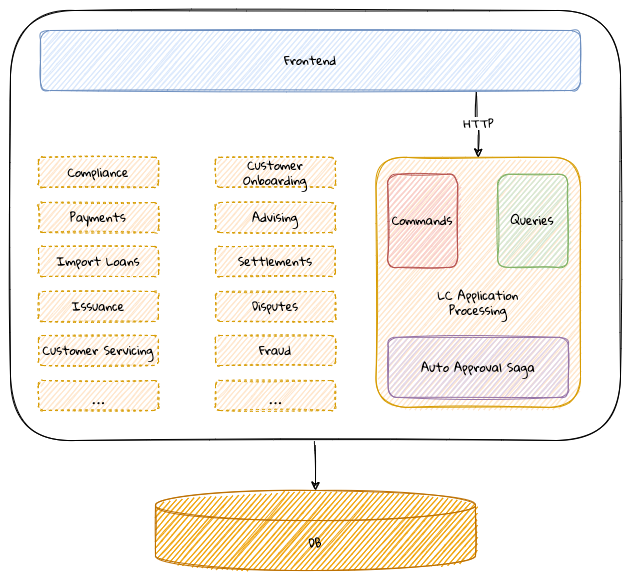
ddd-book-java/prem-website keeps this draw.io diagram as images/lc-application-monolith-stage-1.png. Above is the earlier version. Source tidied: cells renumbered, new cells last; positions are measured from the earlier drawing's top-left corner, leaving out a move shared by most shapes.
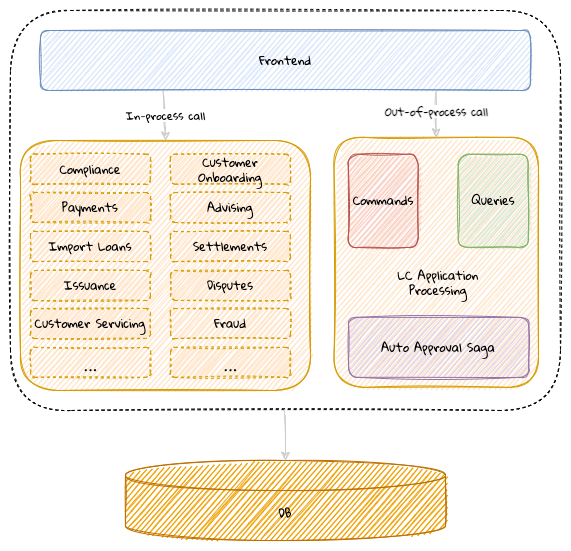
Above is the later version.

Diff of the diagram source:
```diff
@@ -2,71 +2,83 @@
   <root>
     <mxCell id="0" />
     <mxCell id="1" parent="0" />
+    <mxCell id="3" style="rounded=1;whiteSpace=wrap;html=1;fontFamily=Gloria Hallelujah;fontSource=https%3A%2F%2Ffonts.googleapis.com%2Fcss%3Ffamily%3DGloria%2BHallelujah;fontColor=#999999;strokeColor=#000000;dashed=1;sketch=1;" parent="1" vertex="1">
+      <mxGeometry x="45" y="20" width="550" height="400" as="geometry" />
+    </mxCell>
+    <mxCell id="24" style="rounded=1;whiteSpace=wrap;html=1;fontFamily=Gloria Hallelujah;fontSource=https%3A%2F%2Ffonts.googleapis.com%2Fcss%3Ffamily%3DGloria%2BHallelujah;fillColor=#ffe6cc;strokeColor=#d79b00;sketch=1;" parent="1" vertex="1">
+      <mxGeometry x="55" y="150" width="290" height="250" as="geometry" />
+    </mxCell>
-    <mxCell id="2" style="edgeStyle=orthogonalEdgeStyle;curved=1;rounded=1;sketch=1;jettySize=auto;html=1;" parent="1" edge="1" source="3" target="12">
+    <mxCell id="2" style="edgeStyle=orthogonalEdgeStyle;curved=1;rounded=1;jettySize=auto;html=1;strokeColor=#CCCCCC;sketch=1;" parent="1" edge="1" source="3" target="12">
       <mxGeometry relative="1" as="geometry" />
     </mxCell>
-    <mxCell id="3" style="rounded=1;whiteSpace=wrap;html=1;sketch=1;fontFamily=Gloria Hallelujah;fontSource=https%3A%2F%2Ffonts.googleapis.com%2Fcss%3Ffamily%3DGloria%2BHallelujah;" parent="1" vertex="1">
-      <mxGeometry width="610" height="430" as="geometry" />
-    </mxCell>
-    <mxCell id="4" style="rounded=1;whiteSpace=wrap;html=1;sketch=1;fontFamily=Gloria Hallelujah;fontSource=https%3A%2F%2Ffonts.googleapis.com%2Fcss%3Ffamily%3DGloria%2BHallelujah;fillColor=#ffe6cc;strokeColor=#d79b00;" parent="1" vertex="1">
-      <mxGeometry x="365.5" y="146.9" width="204.5" height="250" as="geometry" />
+    <mxCell id="4" style="rounded=1;whiteSpace=wrap;html=1;fontFamily=Gloria Hallelujah;fontSource=https%3A%2F%2Ffonts.googleapis.com%2Fcss%3Ffamily%3DGloria%2BHallelujah;fillColor=#ffe6cc;strokeColor=#d79b00;sketch=1;" parent="1" vertex="1">
+      <mxGeometry x="368.5" y="146.9" width="204.5" height="250" as="geometry" />
     </mxCell>
-    <mxCell id="5" value="HTTP" style="edgeStyle=orthogonalEdgeStyle;curved=1;rounded=1;sketch=1;jettySize=auto;html=1;exitX=0.807;exitY=1.017;exitDx=0;exitDy=0;entryX=0.5;entryY=0;entryDx=0;entryDy=0;fontFamily=Gloria Hallelujah;fontSource=https%3A%2F%2Ffonts.googleapis.com%2Fcss%3Ffamily%3DGloria%2BHallelujah;exitPerimeter=0;" parent="1" edge="1" source="6" target="4">
+    <mxCell id="5" style="edgeStyle=orthogonalEdgeStyle;curved=1;rounded=1;jettySize=auto;html=1;exitX=0.807;exitY=1.017;exitDx=0;exitDy=0;entryX=0.5;entryY=0;entryDx=0;entryDy=0;fontFamily=Gloria Hallelujah;fontSource=https%3A%2F%2Ffonts.googleapis.com%2Fcss%3Ffamily%3DGloria%2BHallelujah;exitPerimeter=0;strokeColor=#CCCCCC;sketch=1;" parent="1" edge="1" source="6" target="4">
       <mxGeometry relative="1" as="geometry" />
     </mxCell>
+    <mxCell id="25" value="&lt;b&gt;Out-of-process call&lt;/b&gt;" style="edgeLabel;html=1;align=center;verticalAlign=middle;fontFamily=Gloria Hallelujah;fontSource=https%3A%2F%2Ffonts.googleapis.com%2Fcss%3Ffamily%3DGloria%2BHallelujah;sketch=1;rounded=1;" parent="5" vertex="1">
+      <mxGeometry x="-0.18" relative="1" as="geometry" />
+    </mxCell>
+    <mxCell id="26" style="edgeStyle=orthogonalEdgeStyle;rounded=1;jettySize=auto;html=1;exitX=0.25;exitY=1;exitDx=0;exitDy=0;entryX=0.5;entryY=0;entryDx=0;entryDy=0;fontFamily=Gloria Hallelujah;fontSource=https%3A%2F%2Ffonts.googleapis.com%2Fcss%3Ffamily%3DGloria%2BHallelujah;sketch=1;curved=1;strokeColor=#CCCCCC;" parent="1" edge="1" source="6" target="24">
+      <mxGeometry relative="1" as="geometry" />
+    </mxCell>
+    <mxCell id="27" value="In-process call" style="edgeLabel;html=1;align=center;verticalAlign=middle;fontFamily=Gloria Hallelujah;sketch=1;rounded=1;" parent="26" vertex="1">
+      <mxGeometry x="0.04" y="1" relative="1" as="geometry" />
+    </mxCell>
-    <mxCell id="6" value="Frontend" style="rounded=1;whiteSpace=wrap;html=1;sketch=1;fontFamily=Gloria Hallelujah;fontSource=https%3A%2F%2Ffonts.googleapis.com%2Fcss%3Ffamily%3DGloria%2BHallelujah;fillColor=#dae8fc;strokeColor=#6c8ebf;" parent="1" vertex="1">
-      <mxGeometry x="30" y="20" width="540" height="60" as="geometry" />
+    <mxCell id="6" value="Frontend" style="rounded=1;whiteSpace=wrap;html=1;fontFamily=Gloria Hallelujah;fontSource=https%3A%2F%2Ffonts.googleapis.com%2Fcss%3Ffamily%3DGloria%2BHallelujah;fillColor=#dae8fc;strokeColor=#6c8ebf;sketch=1;" parent="1" vertex="1">
+      <mxGeometry x="75" y="40" width="490" height="60" as="geometry" />
     </mxCell>
-    <mxCell id="7" value="Compliance" style="rounded=1;whiteSpace=wrap;html=1;sketch=1;fontFamily=Gloria Hallelujah;fontSource=https%3A%2F%2Ffonts.googleapis.com%2Fcss%3Ffamily%3DGloria%2BHallelujah;fillColor=#ffe6cc;strokeColor=#d79b00;dashed=1;" parent="1" vertex="1">
-      <mxGeometry x="28" y="146.9" width="120" height="30" as="geometry" />
+    <mxCell id="7" value="Compliance" style="rounded=1;whiteSpace=wrap;html=1;fontFamily=Gloria Hallelujah;fontSource=https%3A%2F%2Ffonts.googleapis.com%2Fcss%3Ffamily%3DGloria%2BHallelujah;fillColor=#ffe6cc;strokeColor=#d79b00;dashed=1;sketch=1;" parent="1" vertex="1">
+      <mxGeometry x="65" y="163.8" width="120" height="30" as="geometry" />
     </mxCell>
-    <mxCell id="8" value="Customer Onboarding" style="rounded=1;whiteSpace=wrap;html=1;sketch=1;fontFamily=Gloria Hallelujah;fontSource=https%3A%2F%2Ffonts.googleapis.com%2Fcss%3Ffamily%3DGloria%2BHallelujah;fillColor=#ffe6cc;strokeColor=#d79b00;dashed=1;" parent="1" vertex="1">
-      <mxGeometry x="205" y="146.9" width="120" height="30" as="geometry" />
+    <mxCell id="8" value="Customer Onboarding" style="rounded=1;whiteSpace=wrap;html=1;fontFamily=Gloria Hallelujah;fontSource=https%3A%2F%2Ffonts.googleapis.com%2Fcss%3Ffamily%3DGloria%2BHallelujah;fillColor=#ffe6cc;strokeColor=#d79b00;dashed=1;sketch=1;" parent="1" vertex="1">
+      <mxGeometry x="205" y="163.8" width="120" height="30" as="geometry" />
     </mxCell>
-    <mxCell id="9" value="Commands" style="rounded=1;whiteSpace=wrap;html=1;sketch=1;fontFamily=Gloria Hallelujah;fontSource=https%3A%2F%2Ffonts.googleapis.com%2Fcss%3Ffamily%3DGloria%2BHallelujah;fillColor=#f8cecc;strokeColor=#b85450;" parent="1" vertex="1">
-      <mxGeometry x="377.2" y="163.8" width="70" height="93.1" as="geometry" />
+    <mxCell id="9" value="Commands" style="rounded=1;whiteSpace=wrap;html=1;fontFamily=Gloria Hallelujah;fontSource=https%3A%2F%2Ffonts.googleapis.com%2Fcss%3Ffamily%3DGloria%2BHallelujah;fillColor=#f8cecc;strokeColor=#b85450;sketch=1;" parent="1" vertex="1">
+      <mxGeometry x="382.8" y="163.8" width="70" height="93.1" as="geometry" />
     </mxCell>
-    <mxCell id="10" value="Queries" style="rounded=1;whiteSpace=wrap;html=1;sketch=1;fontFamily=Gloria Hallelujah;fontSource=https%3A%2F%2Ffonts.googleapis.com%2Fcss%3Ffamily%3DGloria%2BHallelujah;fillColor=#d5e8d4;strokeColor=#82b366;" parent="1" vertex="1">
-      <mxGeometry x="487.2" y="163.8" width="70" height="93.1" as="geometry" />
+    <mxCell id="10" value="Queries" style="rounded=1;whiteSpace=wrap;html=1;fontFamily=Gloria Hallelujah;fontSource=https%3A%2F%2Ffonts.googleapis.com%2Fcss%3Ffamily%3DGloria%2BHallelujah;fillColor=#d5e8d4;strokeColor=#82b366;sketch=1;" parent="1" vertex="1">
+      <mxGeometry x="492.8" y="163.8" width="70" height="93.1" as="geometry" />
     </mxCell>
-    <mxCell id="11" value="Auto Approval Saga" style="rounded=1;whiteSpace=wrap;html=1;sketch=1;fontFamily=Gloria Hallelujah;fontSource=https%3A%2F%2Ffonts.googleapis.com%2Fcss%3Ffamily%3DGloria%2BHallelujah;fillColor=#e1d5e7;strokeColor=#9673a6;" parent="1" vertex="1">
-      <mxGeometry x="377.8" y="326.9" width="180" height="60" as="geometry" />
+    <mxCell id="11" value="Auto Approval Saga" style="rounded=1;whiteSpace=wrap;html=1;fontFamily=Gloria Hallelujah;fontSource=https%3A%2F%2Ffonts.googleapis.com%2Fcss%3Ffamily%3DGloria%2BHallelujah;fillColor=#e1d5e7;strokeColor=#9673a6;sketch=1;" parent="1" vertex="1">
+      <mxGeometry x="383.2" y="326.9" width="180" height="60" as="geometry" />
     </mxCell>
-    <mxCell id="12" value="DB" style="shape=cylinder3;whiteSpace=wrap;html=1;boundedLbl=1;backgroundOutline=1;size=15;sketch=1;rounded=1;fontFamily=Gloria Hallelujah;fontSource=https%3A%2F%2Ffonts.googleapis.com%2Fcss%3Ffamily%3DGloria%2BHallelujah;fillColor=#f0a30a;strokeColor=#BD7000;fontColor=#000000;" parent="1" vertex="1">
-      <mxGeometry x="145" y="480" width="320" height="80" as="geometry" />
+    <mxCell id="12" value="DB" style="shape=cylinder3;whiteSpace=wrap;html=1;boundedLbl=1;backgroundOutline=1;size=15;rounded=1;fontFamily=Gloria Hallelujah;fontSource=https%3A%2F%2Ffonts.googleapis.com%2Fcss%3Ffamily%3DGloria%2BHallelujah;fillColor=#f0a30a;strokeColor=#BD7000;fontColor=#000000;sketch=1;" parent="1" vertex="1">
+      <mxGeometry x="160" y="470" width="320" height="80" as="geometry" />
     </mxCell>
-    <mxCell id="13" value="LC Application Processing" style="text;html=1;strokeColor=none;fillColor=none;align=center;verticalAlign=middle;whiteSpace=wrap;rounded=1;sketch=1;fontFamily=Gloria Hallelujah;fontSource=https%3A%2F%2Ffonts.googleapis.com%2Fcss%3Ffamily%3DGloria%2BHallelujah;" parent="1" vertex="1">
-      <mxGeometry x="422.8" y="276.9" width="90" height="30" as="geometry" />
+    <mxCell id="13" value="LC Application Processing" style="text;html=1;strokeColor=none;fillColor=none;align=center;verticalAlign=middle;whiteSpace=wrap;rounded=1;fontFamily=Gloria Hallelujah;fontSource=https%3A%2F%2Ffonts.googleapis.com%2Fcss%3Ffamily%3DGloria%2BHallelujah;sketch=1;" parent="1" vertex="1">
+      <mxGeometry x="428.2" y="276.9" width="90" height="30" as="geometry" />
     </mxCell>
-    <mxCell id="14" value="Import Loans" style="rounded=1;whiteSpace=wrap;html=1;sketch=1;fontFamily=Gloria Hallelujah;fontSource=https%3A%2F%2Ffonts.googleapis.com%2Fcss%3Ffamily%3DGloria%2BHallelujah;fillColor=#ffe6cc;strokeColor=#d79b00;dashed=1;" parent="1" vertex="1">
-      <mxGeometry x="28" y="236" width="120" height="30" as="geometry" />
+    <mxCell id="14" value="Import Loans" style="rounded=1;whiteSpace=wrap;html=1;fontFamily=Gloria Hallelujah;fontSource=https%3A%2F%2Ffonts.googleapis.com%2Fcss%3Ffamily%3DGloria%2BHallelujah;fillColor=#ffe6cc;strokeColor=#d79b00;dashed=1;sketch=1;" parent="1" vertex="1">
+      <mxGeometry x="65" y="241" width="120" height="30" as="geometry" />
     </mxCell>
-    <mxCell id="15" value="Advising" style="rounded=1;whiteSpace=wrap;html=1;sketch=1;fontFamily=Gloria Hallelujah;fontSource=https%3A%2F%2Ffonts.googleapis.com%2Fcss%3Ffamily%3DGloria%2BHallelujah;fillColor=#ffe6cc;strokeColor=#d79b00;dashed=1;" parent="1" vertex="1">
-      <mxGeometry x="205" y="192" width="120" height="30" as="geometry" />
+    <mxCell id="15" value="Advising" style="rounded=1;whiteSpace=wrap;html=1;fontFamily=Gloria Hallelujah;fontSource=https%3A%2F%2Ffonts.googleapis.com%2Fcss%3Ffamily%3DGloria%2BHallelujah;fillColor=#ffe6cc;strokeColor=#d79b00;dashed=1;sketch=1;" parent="1" vertex="1">
+      <mxGeometry x="205" y="202" width="120" height="30" as="geometry" />
     </mxCell>
-    <mxCell id="16" value="Settlements" style="rounded=1;whiteSpace=wrap;html=1;sketch=1;fontFamily=Gloria Hallelujah;fontSource=https%3A%2F%2Ffonts.googleapis.com%2Fcss%3Ffamily%3DGloria%2BHallelujah;fillColor=#ffe6cc;strokeColor=#d79b00;dashed=1;" parent="1" vertex="1">
-      <mxGeometry x="205" y="236" width="120" height="30" as="geometry" />
+    <mxCell id="16" value="Settlements" style="rounded=1;whiteSpace=wrap;html=1;fontFamily=Gloria Hallelujah;fontSource=https%3A%2F%2Ffonts.googleapis.com%2Fcss%3Ffamily%3DGloria%2BHallelujah;fillColor=#ffe6cc;strokeColor=#d79b00;dashed=1;sketch=1;" parent="1" vertex="1">
+      <mxGeometry x="205" y="241" width="120" height="30" as="geometry" />
     </mxCell>
-    <mxCell id="17" value="Payments" style="rounded=1;whiteSpace=wrap;html=1;sketch=1;fontFamily=Gloria Hallelujah;fontSource=https%3A%2F%2Ffonts.googleapis.com%2Fcss%3Ffamily%3DGloria%2BHallelujah;fillColor=#ffe6cc;strokeColor=#d79b00;dashed=1;" parent="1" vertex="1">
-      <mxGeometry x="28" y="192" width="120" height="30" as="geometry" />
+    <mxCell id="17" value="Payments" style="rounded=1;whiteSpace=wrap;html=1;fontFamily=Gloria Hallelujah;fontSource=https%3A%2F%2Ffonts.googleapis.com%2Fcss%3Ffamily%3DGloria%2BHallelujah;fillColor=#ffe6cc;strokeColor=#d79b00;dashed=1;sketch=1;" parent="1" vertex="1">
+      <mxGeometry x="65" y="202" width="120" height="30" as="geometry" />
     </mxCell>
-    <mxCell id="18" value="Issuance" style="rounded=1;whiteSpace=wrap;html=1;sketch=1;fontFamily=Gloria Hallelujah;fontSource=https%3A%2F%2Ffonts.googleapis.com%2Fcss%3Ffamily%3DGloria%2BHallelujah;fillColor=#ffe6cc;strokeColor=#d79b00;dashed=1;" parent="1" vertex="1">
-      <mxGeometry x="28" y="281" width="120" height="30" as="geometry" />
+    <mxCell id="18" value="Issuance" style="rounded=1;whiteSpace=wrap;html=1;fontFamily=Gloria Hallelujah;fontSource=https%3A%2F%2Ffonts.googleapis.com%2Fcss%3Ffamily%3DGloria%2BHallelujah;fillColor=#ffe6cc;strokeColor=#d79b00;dashed=1;sketch=1;" parent="1" vertex="1">
+      <mxGeometry x="65" y="280" width="120" height="30" as="geometry" />
     </mxCell>
-    <mxCell id="19" value="Disputes" style="rounded=1;whiteSpace=wrap;html=1;sketch=1;fontFamily=Gloria Hallelujah;fontSource=https%3A%2F%2Ffonts.googleapis.com%2Fcss%3Ffamily%3DGloria%2BHallelujah;fillColor=#ffe6cc;strokeColor=#d79b00;dashed=1;" parent="1" vertex="1">
-      <mxGeometry x="205" y="281" width="120" height="30" as="geometry" />
+    <mxCell id="19" value="Disputes" style="rounded=1;whiteSpace=wrap;html=1;fontFamily=Gloria Hallelujah;fontSource=https%3A%2F%2Ffonts.googleapis.com%2Fcss%3Ffamily%3DGloria%2BHallelujah;fillColor=#ffe6cc;strokeColor=#d79b00;dashed=1;sketch=1;" parent="1" vertex="1">
+      <mxGeometry x="205" y="280" width="120" height="30" as="geometry" />
     </mxCell>
-    <mxCell id="20" value="Fraud" style="rounded=1;whiteSpace=wrap;html=1;sketch=1;fontFamily=Gloria Hallelujah;fontSource=https%3A%2F%2Ffonts.googleapis.com%2Fcss%3Ffamily%3DGloria%2BHallelujah;fillColor=#ffe6cc;strokeColor=#d79b00;dashed=1;" parent="1" vertex="1">
-      <mxGeometry x="205" y="325" width="120" height="30" as="geometry" />
+    <mxCell id="20" value="Fraud" style="rounded=1;whiteSpace=wrap;html=1;fontFamily=Gloria Hallelujah;fontSource=https%3A%2F%2Ffonts.googleapis.com%2Fcss%3Ffamily%3DGloria%2BHallelujah;fillColor=#ffe6cc;strokeColor=#d79b00;dashed=1;sketch=1;" parent="1" vertex="1">
+      <mxGeometry x="205" y="318" width="120" height="30" as="geometry" />
     </mxCell>
-    <mxCell id="21" value="Customer Servicing" style="rounded=1;whiteSpace=wrap;html=1;sketch=1;fontFamily=Gloria Hallelujah;fontSource=https%3A%2F%2Ffonts.googleapis.com%2Fcss%3Ffamily%3DGloria%2BHallelujah;fillColor=#ffe6cc;strokeColor=#d79b00;dashed=1;" parent="1" vertex="1">
-      <mxGeometry x="28" y="325" width="120" height="30" as="geometry" />
+    <mxCell id="21" value="Customer Servicing" style="rounded=1;whiteSpace=wrap;html=1;fontFamily=Gloria Hallelujah;fontSource=https%3A%2F%2Ffonts.googleapis.com%2Fcss%3Ffamily%3DGloria%2BHallelujah;fillColor=#ffe6cc;strokeColor=#d79b00;dashed=1;sketch=1;" parent="1" vertex="1">
+      <mxGeometry x="65" y="318" width="120" height="30" as="geometry" />
     </mxCell>
-    <mxCell id="22" value="&lt;font style=&quot;font-size: 21px&quot;&gt;...&lt;/font&gt;" style="rounded=1;whiteSpace=wrap;html=1;sketch=1;fontFamily=Gloria Hallelujah;fontSource=https%3A%2F%2Ffonts.googleapis.com%2Fcss%3Ffamily%3DGloria%2BHallelujah;fillColor=#ffe6cc;strokeColor=#d79b00;dashed=1;" parent="1" vertex="1">
-      <mxGeometry x="28" y="370" width="120" height="30" as="geometry" />
+    <mxCell id="22" value="&lt;font style=&quot;font-size: 21px&quot;&gt;...&lt;/font&gt;" style="rounded=1;whiteSpace=wrap;html=1;fontFamily=Gloria Hallelujah;fontSource=https%3A%2F%2Ffonts.googleapis.com%2Fcss%3Ffamily%3DGloria%2BHallelujah;fillColor=#ffe6cc;strokeColor=#d79b00;dashed=1;sketch=1;" parent="1" vertex="1">
+      <mxGeometry x="65" y="356.9" width="120" height="30" as="geometry" />
     </mxCell>
-    <mxCell id="23" value="&lt;font style=&quot;font-size: 21px&quot;&gt;...&lt;/font&gt;" style="rounded=1;whiteSpace=wrap;html=1;sketch=1;fontFamily=Gloria Hallelujah;fontSource=https%3A%2F%2Ffonts.googleapis.com%2Fcss%3Ffamily%3DGloria%2BHallelujah;fillColor=#ffe6cc;strokeColor=#d79b00;dashed=1;" parent="1" vertex="1">
-      <mxGeometry x="205" y="370" width="120" height="30" as="geometry" />
+    <mxCell id="23" value="&lt;font style=&quot;font-size: 21px&quot;&gt;...&lt;/font&gt;" style="rounded=1;whiteSpace=wrap;html=1;fontFamily=Gloria Hallelujah;fontSource=https%3A%2F%2Ffonts.googleapis.com%2Fcss%3Ffamily%3DGloria%2BHallelujah;fillColor=#ffe6cc;strokeColor=#d79b00;dashed=1;sketch=1;" parent="1" vertex="1">
+      <mxGeometry x="205" y="356.9" width="120" height="30" as="geometry" />
     </mxCell>
   </root>
 </mxGraphModel>
```
